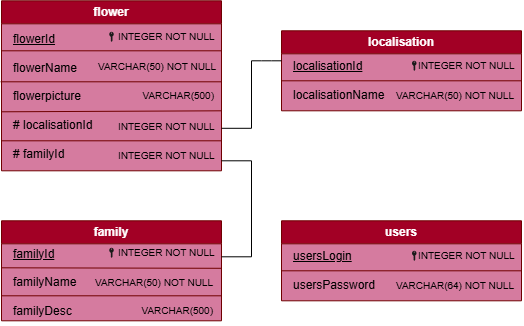
This is docs/mpd.png from clemencechenevoix/B_A_P_I, a draw.io export, as it was before one commit. Source tidied: cells renumbered, new cells last; positions are measured from the earlier drawing's top-left corner, leaving out a move shared by most shapes. The source it was exported from:
```xml
<mxGraphModel background="light-dark(#FFFFFF,#FFFFFF)">
  <root>
    <mxCell id="0" />
    <mxCell id="1" parent="0" />
    <mxCell id="2" value="flower" style="swimlane;whiteSpace=wrap;html=1;fillColor=#a20025;fontColor=#ffffff;strokeColor=#6F0000;swimlaneFillColor=light-dark(#D57B9F,#D57B9F);" parent="1" vertex="1">
      <mxGeometry x="1" width="220" height="170" as="geometry" />
    </mxCell>
    <mxCell id="3" value="&lt;u&gt;flowerId&lt;/u&gt;&lt;div&gt;&lt;br&gt;&lt;div&gt;flowerName&lt;/div&gt;&lt;div&gt;&lt;br&gt;&lt;/div&gt;&lt;div style=&quot;&quot;&gt;flowerpicture&lt;/div&gt;&lt;div style=&quot;&quot;&gt;&lt;br&gt;&lt;/div&gt;&lt;div style=&quot;&quot;&gt;# localisationId&lt;/div&gt;&lt;div style=&quot;&quot;&gt;&lt;br&gt;&lt;/div&gt;&lt;div style=&quot;&quot;&gt;# familyId&lt;/div&gt;&lt;/div&gt;" style="text;html=1;whiteSpace=wrap;strokeColor=none;fillColor=none;align=left;verticalAlign=middle;rounded=0;fontColor=light-dark(#000000,#060606);" parent="2" vertex="1">
      <mxGeometry x="10" y="81" width="100" height="30" as="geometry" />
    </mxCell>
    <mxCell id="4" style="endArrow=none;html=1;rounded=0;fillColor=#a20025;strokeColor=#6F0000;entryX=1;entryY=1;entryDx=0;entryDy=0;" parent="2" edge="1" target="9">
      <mxGeometry relative="1" as="geometry">
        <mxPoint x="-1" y="81" as="sourcePoint" />
      </mxGeometry>
    </mxCell>
    <mxCell id="5" style="endArrow=none;html=1;rounded=0;fillColor=#a20025;strokeColor=#6F0000;" parent="2" edge="1">
      <mxGeometry relative="1" as="geometry">
        <mxPoint y="50" as="sourcePoint" />
        <mxPoint x="220" y="50" as="targetPoint" />
      </mxGeometry>
    </mxCell>
    <mxCell id="6" style="endArrow=none;html=1;rounded=0;fillColor=#a20025;strokeColor=#6F0000;" parent="2" edge="1">
      <mxGeometry relative="1" as="geometry">
        <mxPoint y="111" as="sourcePoint" />
        <mxPoint x="220" y="110" as="targetPoint" />
      </mxGeometry>
    </mxCell>
    <mxCell id="7" style="endArrow=none;html=1;rounded=0;fillColor=#a20025;strokeColor=#6F0000;" parent="2" edge="1">
      <mxGeometry relative="1" as="geometry">
        <mxPoint y="140" as="sourcePoint" />
        <mxPoint x="220" y="140" as="targetPoint" />
      </mxGeometry>
    </mxCell>
    <mxCell id="8" value="&lt;font style=&quot;font-size: 10px;&quot;&gt;INTEGER NOT NULL&lt;/font&gt;" style="text;html=1;whiteSpace=wrap;strokeColor=none;fillColor=none;align=left;verticalAlign=middle;rounded=0;fontColor=light-dark(#000000,#1A1A1A);" parent="2" vertex="1">
      <mxGeometry x="115" y="21" width="100" height="30" as="geometry" />
    </mxCell>
    <mxCell id="9" value="&lt;font style=&quot;font-size: 10px;&quot;&gt;VARCHAR(50) NOT NULL&lt;/font&gt;" style="text;html=1;whiteSpace=wrap;strokeColor=none;fillColor=none;align=left;verticalAlign=middle;rounded=0;fontColor=light-dark(#000000,#1A1A1A);" parent="2" vertex="1">
      <mxGeometry x="95" y="51" width="125" height="30" as="geometry" />
    </mxCell>
    <mxCell id="10" value="VARCHAR(500)" style="text;html=1;whiteSpace=wrap;strokeColor=none;fillColor=none;align=right;verticalAlign=middle;rounded=0;fontColor=light-dark(#000000,#1A1A1A);fontSize=10;" parent="2" vertex="1">
      <mxGeometry x="115" y="80" width="100" height="30" as="geometry" />
    </mxCell>
    <mxCell id="11" value="&lt;font style=&quot;font-size: 10px;&quot;&gt;INTEGER NOT NULL&lt;/font&gt;" style="text;html=1;whiteSpace=wrap;strokeColor=none;fillColor=none;align=left;verticalAlign=middle;rounded=0;fontColor=light-dark(#000000,#1A1A1A);" parent="2" vertex="1">
      <mxGeometry x="115" y="111" width="100" height="30" as="geometry" />
    </mxCell>
    <mxCell id="12" value="&lt;font style=&quot;font-size: 10px;&quot;&gt;INTEGER NOT NULL&lt;/font&gt;" style="text;html=1;whiteSpace=wrap;strokeColor=none;fillColor=none;align=left;verticalAlign=middle;rounded=0;fontColor=light-dark(#000000,#1A1A1A);" parent="2" vertex="1">
      <mxGeometry x="115" y="140" width="100" height="30" as="geometry" />
    </mxCell>
    <mxCell id="13" style="verticalLabelPosition=bottom;sketch=0;html=1;verticalAlign=top;align=center;shape=mxgraph.cisco19.key2;fillColor=light-dark(#1A1A1A,#1A1A1A);strokeColor=light-dark(#1A1A1A,#1A1A1A);labelBackgroundColor=none;fontColor=#ffffff;rotation=90;" parent="2" vertex="1">
      <mxGeometry x="105" y="33.8" width="10" height="4.5" as="geometry" />
    </mxCell>
    <mxCell id="14" value="localisation" style="swimlane;whiteSpace=wrap;html=1;fillColor=#a20025;strokeColor=#6F0000;fontColor=#ffffff;swimlaneFillColor=light-dark(#D57B9F,#D57B9F);" parent="1" vertex="1">
      <mxGeometry x="281" y="30" width="240" height="80" as="geometry" />
    </mxCell>
    <mxCell id="15" value="&lt;u&gt;localisationId&lt;br&gt;&lt;/u&gt;&lt;div&gt;&lt;br&gt;&lt;/div&gt;&lt;div&gt;&lt;span style=&quot;background-color: transparent; color: light-dark(rgb(0, 0, 0), rgb(6, 6, 6));&quot;&gt;localisationN&lt;/span&gt;ame&lt;/div&gt;" style="text;html=1;whiteSpace=wrap;strokeColor=none;fillColor=none;align=left;verticalAlign=middle;rounded=0;fontColor=light-dark(#000000,#060606);" parent="14" vertex="1">
      <mxGeometry x="10" y="35" width="60" height="30" as="geometry" />
    </mxCell>
    <mxCell id="16" style="endArrow=none;html=1;rounded=0;fillColor=#a20025;strokeColor=#6F0000;" parent="14" edge="1">
      <mxGeometry relative="1" as="geometry">
        <mxPoint y="50" as="sourcePoint" />
        <mxPoint x="240" y="50" as="targetPoint" />
      </mxGeometry>
    </mxCell>
    <mxCell id="17" value="&lt;font style=&quot;font-size: 10px;&quot;&gt;INTEGER NOT NULL&lt;/font&gt;" style="text;html=1;whiteSpace=wrap;strokeColor=none;fillColor=none;align=left;verticalAlign=middle;rounded=0;fontColor=light-dark(#000000,#1A1A1A);" parent="14" vertex="1">
      <mxGeometry x="135" y="20" width="100" height="30" as="geometry" />
    </mxCell>
    <mxCell id="18" value="&lt;font style=&quot;font-size: 10px;&quot;&gt;VARCHAR(50) NOT NULL&lt;/font&gt;" style="text;html=1;whiteSpace=wrap;strokeColor=none;fillColor=none;align=right;verticalAlign=middle;rounded=0;fontColor=light-dark(#000000,#1A1A1A);" parent="14" vertex="1">
      <mxGeometry x="110" y="50" width="125" height="30" as="geometry" />
    </mxCell>
    <mxCell id="19" style="verticalLabelPosition=bottom;sketch=0;html=1;verticalAlign=top;align=center;shape=mxgraph.cisco19.key2;fillColor=light-dark(#1A1A1A,#1A1A1A);strokeColor=light-dark(#1A1A1A,#1A1A1A);labelBackgroundColor=none;fontColor=#ffffff;rotation=90;" parent="14" vertex="1">
      <mxGeometry x="127.8" y="32.8" width="10" height="4.5" as="geometry" />
    </mxCell>
    <mxCell id="20" value="family" style="swimlane;whiteSpace=wrap;html=1;startSize=23;fillColor=#a20025;fontColor=#ffffff;strokeColor=#6F0000;gradientColor=none;swimlaneFillColor=light-dark(#D57B9F,#D57B9F);" parent="1" vertex="1">
      <mxGeometry x="1" y="220" width="220" height="100" as="geometry" />
    </mxCell>
    <mxCell id="21" value="&lt;u&gt;familyId&lt;/u&gt;&lt;div&gt;&lt;u&gt;&lt;br&gt;&lt;/u&gt;&lt;div&gt;familyName&lt;/div&gt;&lt;div style=&quot;&quot;&gt;&lt;br&gt;&lt;/div&gt;&lt;div style=&quot;&quot;&gt;familyDesc&lt;/div&gt;&lt;/div&gt;" style="text;html=1;whiteSpace=wrap;strokeColor=none;fillColor=none;align=left;verticalAlign=middle;rounded=0;fontColor=light-dark(#000000,#060606);" parent="20" vertex="1">
      <mxGeometry x="10" y="47" width="60" height="30" as="geometry" />
    </mxCell>
    <mxCell id="22" style="endArrow=none;html=1;rounded=0;fillColor=#a20025;strokeColor=#6F0000;" parent="20" edge="1">
      <mxGeometry relative="1" as="geometry">
        <mxPoint y="47" as="sourcePoint" />
        <mxPoint x="220" y="47.5" as="targetPoint" />
      </mxGeometry>
    </mxCell>
    <mxCell id="23" value="&lt;font style=&quot;font-size: 10px;&quot;&gt;INTEGER NOT NULL&lt;/font&gt;" style="text;html=1;whiteSpace=wrap;strokeColor=none;fillColor=none;align=left;verticalAlign=middle;rounded=0;fontColor=light-dark(#000000,#1A1A1A);" parent="20" vertex="1">
      <mxGeometry x="114.5" y="17" width="100" height="30" as="geometry" />
    </mxCell>
    <mxCell id="24" value="&lt;font style=&quot;font-size: 10px;&quot;&gt;VARCHAR(50) NOT NULL&lt;/font&gt;" style="text;html=1;whiteSpace=wrap;strokeColor=none;fillColor=none;align=right;verticalAlign=middle;rounded=0;fontColor=light-dark(#000000,#1A1A1A);" parent="20" vertex="1">
      <mxGeometry x="89.5" y="47" width="125" height="30" as="geometry" />
    </mxCell>
    <mxCell id="25" value="&lt;font style=&quot;font-size: 10px;&quot;&gt;VARCHAR(500)&lt;/font&gt;" style="text;html=1;whiteSpace=wrap;strokeColor=none;fillColor=none;align=right;verticalAlign=middle;rounded=0;fontColor=light-dark(#000000,#1A1A1A);" parent="20" vertex="1">
      <mxGeometry x="89.5" y="75" width="125" height="30" as="geometry" />
    </mxCell>
    <mxCell id="26" style="verticalLabelPosition=bottom;sketch=0;html=1;verticalAlign=top;align=center;shape=mxgraph.cisco19.key2;fillColor=light-dark(#1A1A1A,#1A1A1A);strokeColor=light-dark(#1A1A1A,#1A1A1A);labelBackgroundColor=none;fontColor=#ffffff;rotation=90;" parent="20" vertex="1">
      <mxGeometry x="105" y="29.8" width="10" height="4.5" as="geometry" />
    </mxCell>
    <mxCell id="27" value="users" style="swimlane;whiteSpace=wrap;html=1;startSize=23;fillColor=#a20025;fontColor=#ffffff;strokeColor=#6F0000;gradientColor=none;swimlaneFillColor=light-dark(#D57B9F,#D57B9F);" parent="1" vertex="1">
      <mxGeometry x="281" y="220" width="240" height="80" as="geometry" />
    </mxCell>
    <mxCell id="28" value="&lt;u&gt;usersLogin&lt;/u&gt;&lt;br&gt;&lt;div&gt;&lt;br&gt;&lt;/div&gt;&lt;div&gt;usersPassword&lt;/div&gt;" style="text;html=1;whiteSpace=wrap;strokeColor=none;fillColor=none;align=left;verticalAlign=middle;rounded=0;fontColor=light-dark(#000000,#060606);" parent="27" vertex="1">
      <mxGeometry x="10" y="35" width="60" height="30" as="geometry" />
    </mxCell>
    <mxCell id="29" style="endArrow=none;html=1;rounded=0;fillColor=#a20025;strokeColor=#6F0000;" parent="27" edge="1">
      <mxGeometry relative="1" as="geometry">
        <mxPoint y="50" as="sourcePoint" />
        <mxPoint x="240" y="50" as="targetPoint" />
      </mxGeometry>
    </mxCell>
    <mxCell id="30" value="&lt;font style=&quot;font-size: 10px;&quot;&gt;INTEGER NOT NULL&lt;/font&gt;" style="text;html=1;whiteSpace=wrap;strokeColor=none;fillColor=none;align=left;verticalAlign=middle;rounded=0;fontColor=light-dark(#000000,#1A1A1A);" parent="27" vertex="1">
      <mxGeometry x="135" y="20" width="100" height="30" as="geometry" />
    </mxCell>
    <mxCell id="31" value="&lt;font style=&quot;font-size: 10px;&quot;&gt;VARCHAR(64) NOT NULL&lt;/font&gt;" style="text;html=1;whiteSpace=wrap;strokeColor=none;fillColor=none;align=right;verticalAlign=middle;rounded=0;fontColor=light-dark(#000000,#1A1A1A);" parent="27" vertex="1">
      <mxGeometry x="110" y="50" width="125" height="30" as="geometry" />
    </mxCell>
    <mxCell id="32" style="verticalLabelPosition=bottom;sketch=0;html=1;verticalAlign=top;align=center;shape=mxgraph.cisco19.key2;fillColor=light-dark(#1A1A1A,#1A1A1A);strokeColor=light-dark(#1A1A1A,#1A1A1A);labelBackgroundColor=none;fontColor=#ffffff;rotation=90;" parent="27" vertex="1">
      <mxGeometry x="127.8" y="32.8" width="10" height="4.5" as="geometry" />
    </mxCell>
    <mxCell id="33" style="endArrow=none;html=1;rounded=0;fillColor=#a20025;strokeColor=#6F0000;entryX=1;entryY=0.75;entryDx=0;entryDy=0;exitX=0;exitY=0.75;exitDx=0;exitDy=0;" parent="1" edge="1" source="20" target="20">
      <mxGeometry relative="1" as="geometry" />
    </mxCell>
    <mxCell id="34" style="endArrow=none;html=1;rounded=0;exitX=1;exitY=0.75;exitDx=0;exitDy=0;" parent="1" edge="1" source="2">
      <mxGeometry relative="1" as="geometry">
        <mxPoint x="281" y="60" as="targetPoint" />
        <Array as="points">
          <mxPoint x="251" y="127.5" />
          <mxPoint x="251" y="60" />
          <mxPoint x="261" y="60" />
          <mxPoint x="271" y="60" />
        </Array>
      </mxGeometry>
    </mxCell>
    <mxCell id="35" style="endArrow=none;html=1;rounded=0;" parent="1" edge="1">
      <mxGeometry relative="1" as="geometry">
        <mxPoint x="221" y="160" as="sourcePoint" />
        <mxPoint x="221" y="256" as="targetPoint" />
        <Array as="points">
          <mxPoint x="221" y="160" />
          <mxPoint x="251" y="160" />
          <mxPoint x="251" y="256" />
        </Array>
      </mxGeometry>
    </mxCell>
  </root>
</mxGraphModel>
```
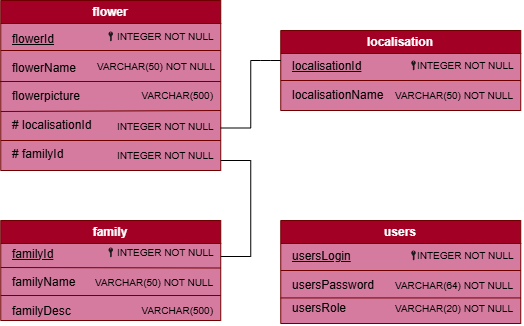
The same diagram one commit later.

Commit message:
FEAT(database): add the usersRole column to the table users and secure admin information in the seed

Change to the diagram source:
```diff
@@ -95,7 +95,7 @@
       <mxGeometry x="105" y="29.8" width="10" height="4.5" as="geometry" />
     </mxCell>
     <mxCell id="27" value="users" style="swimlane;whiteSpace=wrap;html=1;startSize=23;fillColor=#a20025;fontColor=#ffffff;strokeColor=#6F0000;gradientColor=none;swimlaneFillColor=light-dark(#D57B9F,#D57B9F);" parent="1" vertex="1">
-      <mxGeometry x="281" y="220" width="240" height="80" as="geometry" />
+      <mxGeometry x="281" y="220" width="240" height="103" as="geometry" />
     </mxCell>
     <mxCell id="28" value="&lt;u&gt;usersLogin&lt;/u&gt;&lt;br&gt;&lt;div&gt;&lt;br&gt;&lt;/div&gt;&lt;div&gt;usersPassword&lt;/div&gt;" style="text;html=1;whiteSpace=wrap;strokeColor=none;fillColor=none;align=left;verticalAlign=middle;rounded=0;fontColor=light-dark(#000000,#060606);" parent="27" vertex="1">
       <mxGeometry x="10" y="35" width="60" height="30" as="geometry" />
@@ -115,6 +115,18 @@
     <mxCell id="32" style="verticalLabelPosition=bottom;sketch=0;html=1;verticalAlign=top;align=center;shape=mxgraph.cisco19.key2;fillColor=light-dark(#1A1A1A,#1A1A1A);strokeColor=light-dark(#1A1A1A,#1A1A1A);labelBackgroundColor=none;fontColor=#ffffff;rotation=90;" parent="27" vertex="1">
       <mxGeometry x="127.8" y="32.8" width="10" height="4.5" as="geometry" />
     </mxCell>
+    <mxCell id="36" style="endArrow=none;html=1;rounded=0;fillColor=#a20025;strokeColor=#6F0000;" parent="27" edge="1">
+      <mxGeometry relative="1" as="geometry">
+        <mxPoint y="77.4" as="sourcePoint" />
+        <mxPoint x="240" y="77.4" as="targetPoint" />
+      </mxGeometry>
+    </mxCell>
+    <mxCell id="37" value="&lt;span&gt;usersRole&lt;/span&gt;" style="text;html=1;whiteSpace=wrap;strokeColor=none;fillColor=none;align=left;verticalAlign=middle;rounded=0;fontColor=light-dark(#000000,#060606);fontStyle=0;" parent="27" vertex="1">
+      <mxGeometry x="10" y="73" width="60" height="30" as="geometry" />
+    </mxCell>
+    <mxCell id="38" value="&lt;font style=&quot;font-size: 10px;&quot;&gt;VARCHAR(20) NOT NULL&lt;/font&gt;" style="text;html=1;whiteSpace=wrap;strokeColor=none;fillColor=none;align=right;verticalAlign=middle;rounded=0;fontColor=light-dark(#000000,#1A1A1A);" parent="27" vertex="1">
+      <mxGeometry x="110" y="73" width="125" height="30" as="geometry" />
+    </mxCell>
     <mxCell id="33" style="endArrow=none;html=1;rounded=0;fillColor=#a20025;strokeColor=#6F0000;entryX=1;entryY=0.75;entryDx=0;entryDy=0;exitX=0;exitY=0.75;exitDx=0;exitDy=0;" parent="1" edge="1" source="20" target="20">
       <mxGeometry relative="1" as="geometry" />
     </mxCell>
```
